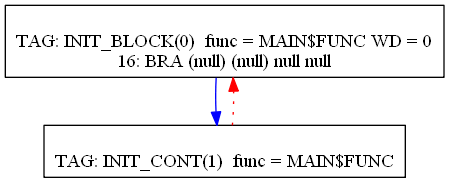
mbajaj92/Project-Astoria keeps this Graphviz diagram as Compiler/21graph.png. Above is the earlier version. Its source is kept beside it as Compiler/21graph.dot.
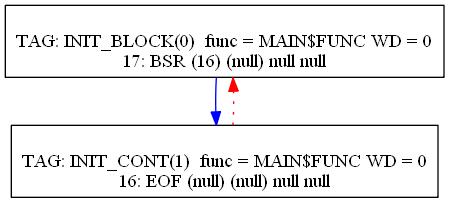
The same file after the commit.

What changed in the source:
```diff
@@ -1,12 +1,13 @@
 digraph {
 0[label="
 TAG: INIT_BLOCK(0)  func = MAIN$FUNC WD = 0
-16: BRA (null) (null) null null
+17: BSR (16) (null) null null
 "];
 0[shape=box];
 0 -> 1[color=blue]
 1[label="
-TAG: INIT_CONT(1)  func = MAIN$FUNC
+TAG: INIT_CONT(1)  func = MAIN$FUNC WD = 0
+16: EOF (null) (null) null null
 "];
 1[shape=box];
 1 -> 0[color=red][style=dotted]
```
